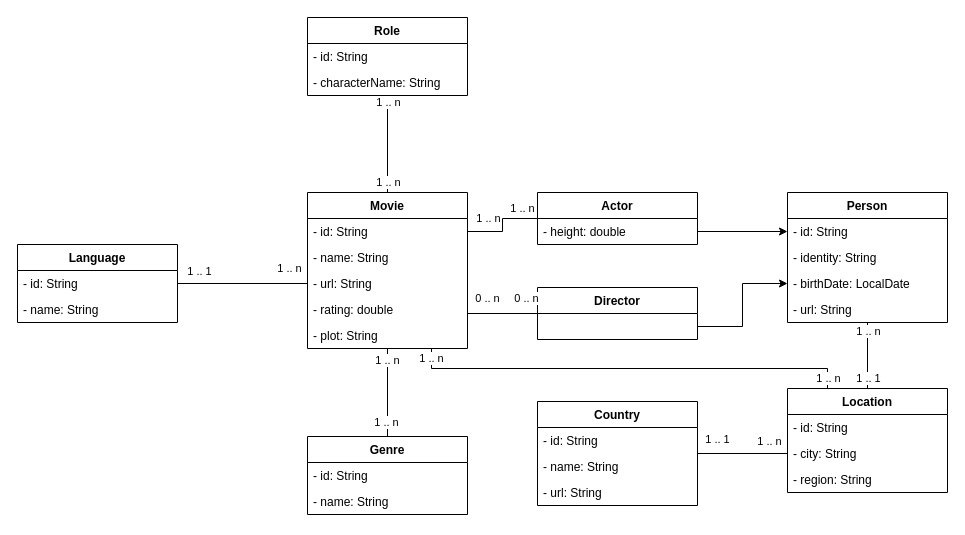
The draw.io diagram conception/class_diagram.drawio in SullyvanBoulanger/movie-database, before the edit. Source tidied: cells renumbered, new cells numbered last; positions are measured from the earlier drawing's top-left corner, leaving out a move shared by most shapes. Both pictures are drawn from the tidied source at 100%, with x=0, y=0 at pixel (17, 17).
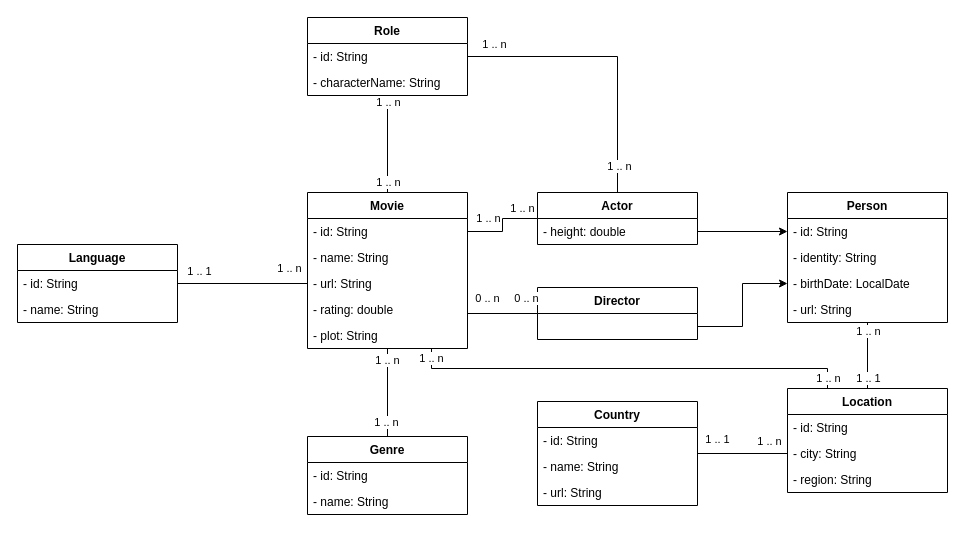
The same page after the edit.

Commit message (it also covers changes not shown here):
feat: Improve diagrams

Unchanged cells that the change refers to:
```xml
<mxCell id="11" value="Actor" style="swimlane;fontStyle=1;align=center;verticalAlign=top;horizontal=1;startSize=26;whiteSpace=wrap;html=1;" parent="1" vertex="1">
  <mxGeometry x="520" y="175" width="160" height="52" as="geometry" />
</mxCell>
<mxCell id="44" value="- id: String" style="text;strokeColor=none;fillColor=none;align=left;verticalAlign=top;spacingLeft=4;spacingRight=4;overflow=hidden;points=[[0,0.5],[1,0.5]];portConstraint=eastwest;whiteSpace=wrap;html=1;" parent="43" vertex="1">
  <mxGeometry y="26" width="160" height="26" as="geometry" />
</mxCell>
```

Change to the diagram source:
```diff
@@
+    <mxCell id="60" style="edgeStyle=orthogonalEdgeStyle;rounded=0;jettySize=auto;html=1;exitX=0.5;exitY=0;exitDx=0;exitDy=0;entryX=1;entryY=0.5;entryDx=0;entryDy=0;endArrow=none;endFill=0;" parent="1" edge="1" source="11" target="44">
+      <mxGeometry relative="1" as="geometry" />
+    </mxCell>
+    <mxCell id="61" value="1 .. n" style="edgeLabel;html=1;align=center;verticalAlign=middle;" parent="60" vertex="1">
+      <mxGeometry x="0.82" y="1" relative="1" as="geometry">
+        <mxPoint y="-14" as="offset" />
+      </mxGeometry>
+    </mxCell>
+    <mxCell id="62" value="1 .. n" style="edgeLabel;html=1;align=center;verticalAlign=middle;" parent="60" vertex="1">
+      <mxGeometry x="-0.81" y="-1" relative="1" as="geometry" />
+    </mxCell>
```
